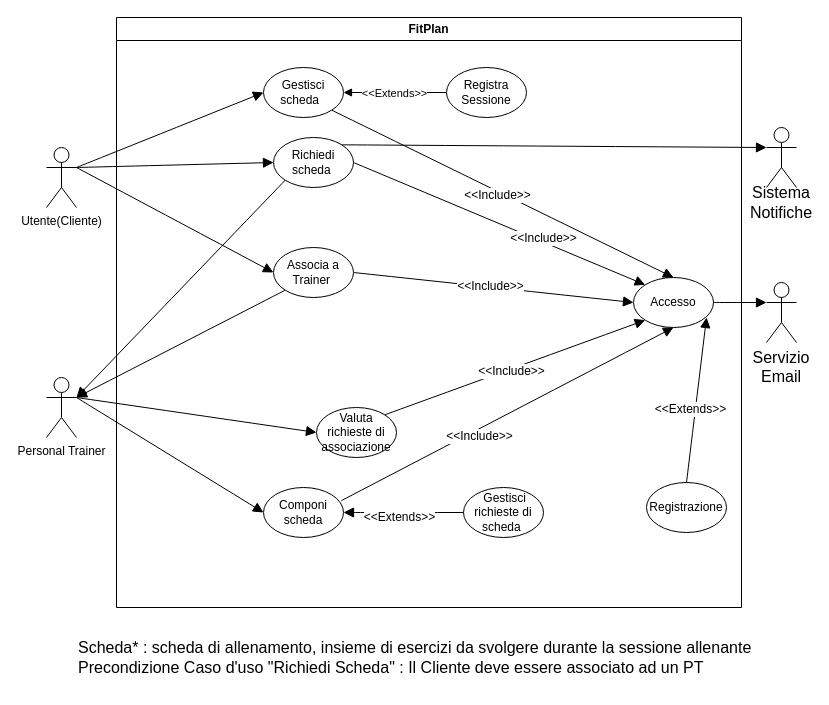
The draw.io diagram UseCaseDiagram/UseCaseDiagram.drawio in FedericoSib/FitPlan, before the edit. Source tidied: cells renumbered, new cells numbered last; positions are measured from the earlier drawing's top-left corner, leaving out a move shared by most shapes. Both pictures are drawn from the tidied source at 100%, with x=0, y=0 at pixel (46, 17).
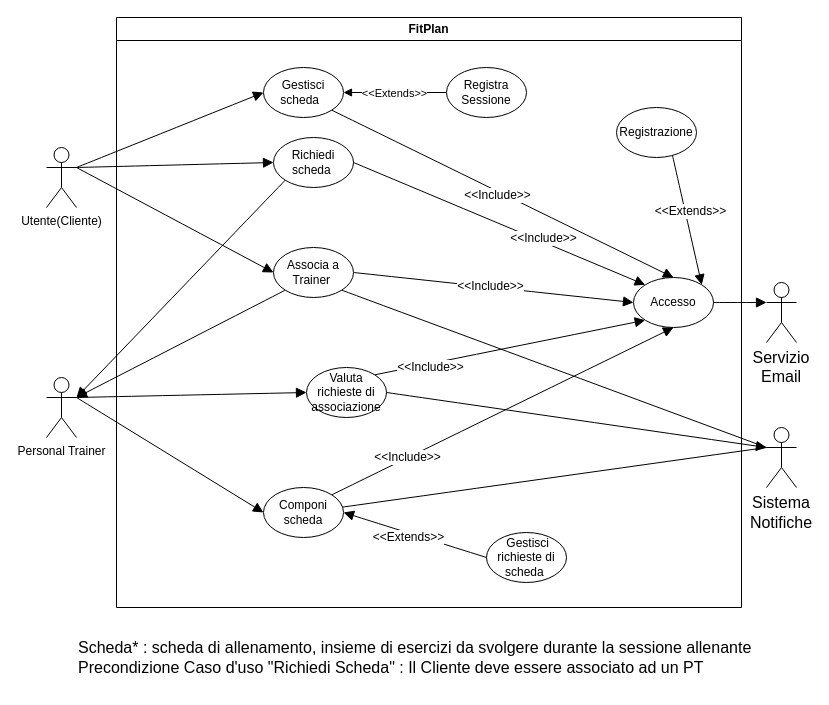
Above is the later version.

Unchanged cells that the change refers to:
```xml
<mxCell id="2" value="FitPlan" style="swimlane;whiteSpace=wrap;html=1;" parent="1" vertex="1">
  <mxGeometry x="70" width="625" height="590" as="geometry" />
</mxCell>
<mxCell id="3" value="Accesso" style="ellipse;whiteSpace=wrap;html=1;" parent="2" vertex="1">
  <mxGeometry x="517" y="260" width="80" height="50" as="geometry" />
</mxCell>
<mxCell id="8" value="Associa a Trainer&amp;nbsp;" style="ellipse;whiteSpace=wrap;html=1;" parent="2" vertex="1">
  <mxGeometry x="157" y="230" width="80" height="50" as="geometry" />
</mxCell>
<mxCell id="9" value="Richiedi scheda&amp;nbsp;" style="ellipse;whiteSpace=wrap;html=1;" parent="2" vertex="1">
  <mxGeometry x="157" y="120" width="80" height="50" as="geometry" />
</mxCell>
<mxCell id="10" value="Componi scheda" style="ellipse;whiteSpace=wrap;html=1;" parent="2" vertex="1">
  <mxGeometry x="147" y="470" width="80" height="50" as="geometry" />
</mxCell>
<mxCell id="14" style="edgeStyle=none;jettySize=auto;html=1;rounded=0;fontSize=12;startSize=8;endSize=8;curved=1;exitX=1;exitY=0;exitDx=0;exitDy=0;entryX=0;entryY=1;entryDx=0;entryDy=0;endArrow=block;endFill=1;" parent="2" edge="1" source="7" target="3">
  <mxGeometry relative="1" as="geometry" />
</mxCell>
```

Diff of the diagram source:
```diff
@@
     <mxCell id="7" value="Valuta richieste di associazione" style="ellipse;whiteSpace=wrap;html=1;" parent="2" vertex="1">
-      <mxGeometry x="200" y="390" width="80" height="50" as="geometry" />
+      <mxGeometry x="190" y="350" width="80" height="50" as="geometry" />
     </mxCell>
@@
     <mxCell id="11" value="&amp;nbsp;Gestisci richieste di scheda&amp;nbsp;" style="ellipse;whiteSpace=wrap;html=1;" parent="2" vertex="1">
-      <mxGeometry x="347" y="470" width="80" height="50" as="geometry" />
+      <mxGeometry x="370" y="515" width="80" height="50" as="geometry" />
     </mxCell>
@@
     <mxCell id="15" value="&amp;lt;&amp;lt;Include&amp;gt;&amp;gt;" style="edgeLabel;html=1;align=center;verticalAlign=middle;fontSize=12;" parent="14" vertex="1">
-      <mxGeometry x="-0.03" y="-2" relative="1" as="geometry" />
+      <mxGeometry x="-0.03" y="-2" relative="1" as="geometry">
+        <mxPoint x="-77" y="17" as="offset" />
+      </mxGeometry>
     </mxCell>
-    <mxCell id="16" style="edgeStyle=none;jettySize=auto;html=1;rounded=0;fontSize=12;startSize=8;endSize=8;curved=1;exitX=0.973;exitY=0.263;exitDx=0;exitDy=0;entryX=0.5;entryY=1;entryDx=0;entryDy=0;endArrow=block;endFill=1;exitPerimeter=0;" parent="2" edge="1" source="10" target="3">
+    <mxCell id="16" style="edgeStyle=none;jettySize=auto;html=1;rounded=0;fontSize=12;startSize=8;endSize=8;curved=1;exitX=1;exitY=0;exitDx=0;exitDy=0;entryX=0.5;entryY=1;entryDx=0;entryDy=0;endArrow=block;endFill=1;" parent="2" edge="1" source="10" target="3">
       <mxGeometry relative="1" as="geometry" />
     </mxCell>
     <mxCell id="17" value="&amp;lt;&amp;lt;Include&amp;gt;&amp;gt;" style="edgeLabel;html=1;align=center;verticalAlign=middle;fontSize=12;" parent="16" vertex="1">
-      <mxGeometry x="-0.19" y="-6" relative="1" as="geometry" />
+      <mxGeometry x="-0.19" y="-6" relative="1" as="geometry">
+        <mxPoint x="-66" y="25" as="offset" />
+      </mxGeometry>
     </mxCell>
@@
     <mxCell id="24" value="Registrazione" style="ellipse;whiteSpace=wrap;html=1;" parent="2" vertex="1">
-      <mxGeometry x="530" y="465" width="80" height="50" as="geometry" />
+      <mxGeometry x="500" y="90" width="80" height="50" as="geometry" />
     </mxCell>
-    <mxCell id="25" style="edgeStyle=none;jettySize=auto;html=1;rounded=0;fontSize=12;startSize=8;endSize=8;curved=1;entryX=0.913;entryY=0.8;entryDx=0;entryDy=0;entryPerimeter=0;exitX=0.5;exitY=0;exitDx=0;exitDy=0;endArrow=block;endFill=1;" parent="2" edge="1" source="24" target="3">
+    <mxCell id="25" style="edgeStyle=none;jettySize=auto;html=1;rounded=0;fontSize=12;startSize=8;endSize=8;curved=1;entryX=1;entryY=0;entryDx=0;entryDy=0;exitX=0.7;exitY=0.96;exitDx=0;exitDy=0;endArrow=block;endFill=1;exitPerimeter=0;" parent="2" edge="1" source="24" target="3">
       <mxGeometry relative="1" as="geometry" />
     </mxCell>
@@
-    <mxCell id="40" style="edgeStyle=none;jettySize=auto;html=1;rounded=0;fontSize=12;startSize=8;endSize=8;curved=1;entryX=0;entryY=0.3333333333333333;entryDx=0;entryDy=0;entryPerimeter=0;exitX=1;exitY=0;exitDx=0;exitDy=0;endArrow=block;endFill=1;" parent="1" edge="1" source="9" target="41">
+    <mxCell id="40" style="edgeStyle=none;jettySize=auto;html=1;rounded=0;fontSize=12;startSize=8;endSize=8;curved=1;entryX=0;entryY=0.3333333333333333;entryDx=0;entryDy=0;entryPerimeter=0;endArrow=none;endFill=0;exitX=0.989;exitY=0.392;exitDx=0;exitDy=0;exitPerimeter=0;" parent="1" edge="1" source="10" target="41">
       <mxGeometry relative="1" as="geometry" />
     </mxCell>
     <mxCell id="41" style="shape=umlActor;verticalLabelPosition=bottom;verticalAlign=top;html=1;outlineConnect=0;" parent="1" vertex="1">
-      <mxGeometry x="720" y="110" width="30" height="60" as="geometry" />
+      <mxGeometry x="720" y="410" width="30" height="60" as="geometry" />
     </mxCell>
@@
     <mxCell id="43" value="&lt;div&gt;Sistema&lt;/div&gt;&lt;div&gt;Notifiche&lt;/div&gt;" style="text;html=1;whiteSpace=wrap;strokeColor=none;fillColor=none;align=center;verticalAlign=middle;rounded=0;fontSize=16;" parent="1" vertex="1">
-      <mxGeometry x="705" y="170" width="60" height="30" as="geometry" />
+      <mxGeometry x="705" y="480" width="60" height="30" as="geometry" />
     </mxCell>
+    <mxCell id="44" style="edgeStyle=none;jettySize=auto;html=1;rounded=0;fontSize=12;startSize=8;endSize=8;curved=1;entryX=0;entryY=0.3333333333333333;entryDx=0;entryDy=0;entryPerimeter=0;endArrow=block;endFill=1;exitX=1;exitY=0.5;exitDx=0;exitDy=0;" parent="1" edge="1" source="7" target="41">
+      <mxGeometry relative="1" as="geometry" />
+    </mxCell>
+    <mxCell id="45" style="edgeStyle=none;jettySize=auto;html=1;rounded=0;fontSize=12;startSize=8;endSize=8;curved=1;entryX=0;entryY=0.3333333333333333;entryDx=0;entryDy=0;entryPerimeter=0;endArrow=none;endFill=0;exitX=1;exitY=1;exitDx=0;exitDy=0;" parent="1" edge="1" source="8" target="41">
+      <mxGeometry relative="1" as="geometry" />
+    </mxCell>
```
